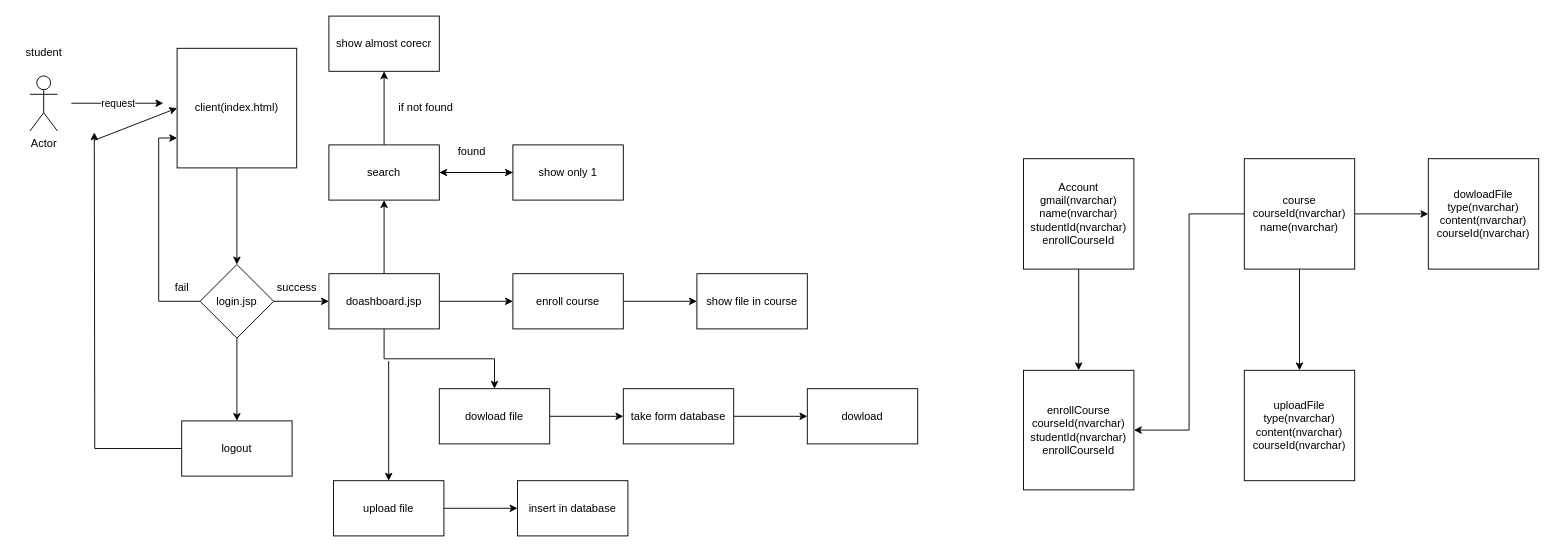
Earlier version of the draw.io diagram cms.drawio (Quanpham1611/cms-student-side-jsp-servlet). Source tidied: cells renumbered, new cells numbered last; positions are measured from the earlier drawing's top-left corner, leaving out a move shared by most shapes. Both pictures are drawn from the tidied source at 92%, with x=0, y=0 at pixel (16, 16).
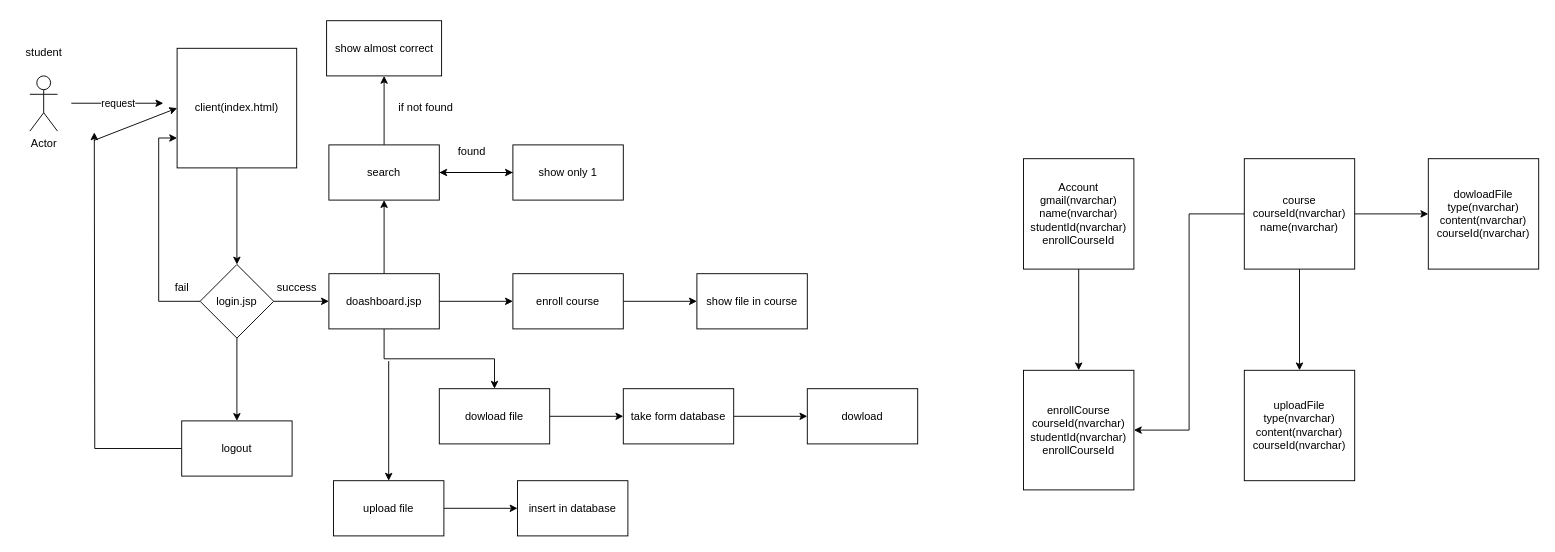
After the change.

Commit message:
Cập nhật cms.drawio

Diff of the diagram source:
```diff
@@
-    <mxCell id="28" value="show almost corecr" style="whiteSpace=wrap;html=1;" parent="1" vertex="1">
-      <mxGeometry x="340" width="120" height="60" as="geometry" />
+    <mxCell id="28" value="show almost correct" style="whiteSpace=wrap;html=1;" parent="1" vertex="1">
+      <mxGeometry x="337.5" y="5" width="125" height="60" as="geometry" />
     </mxCell>
```
